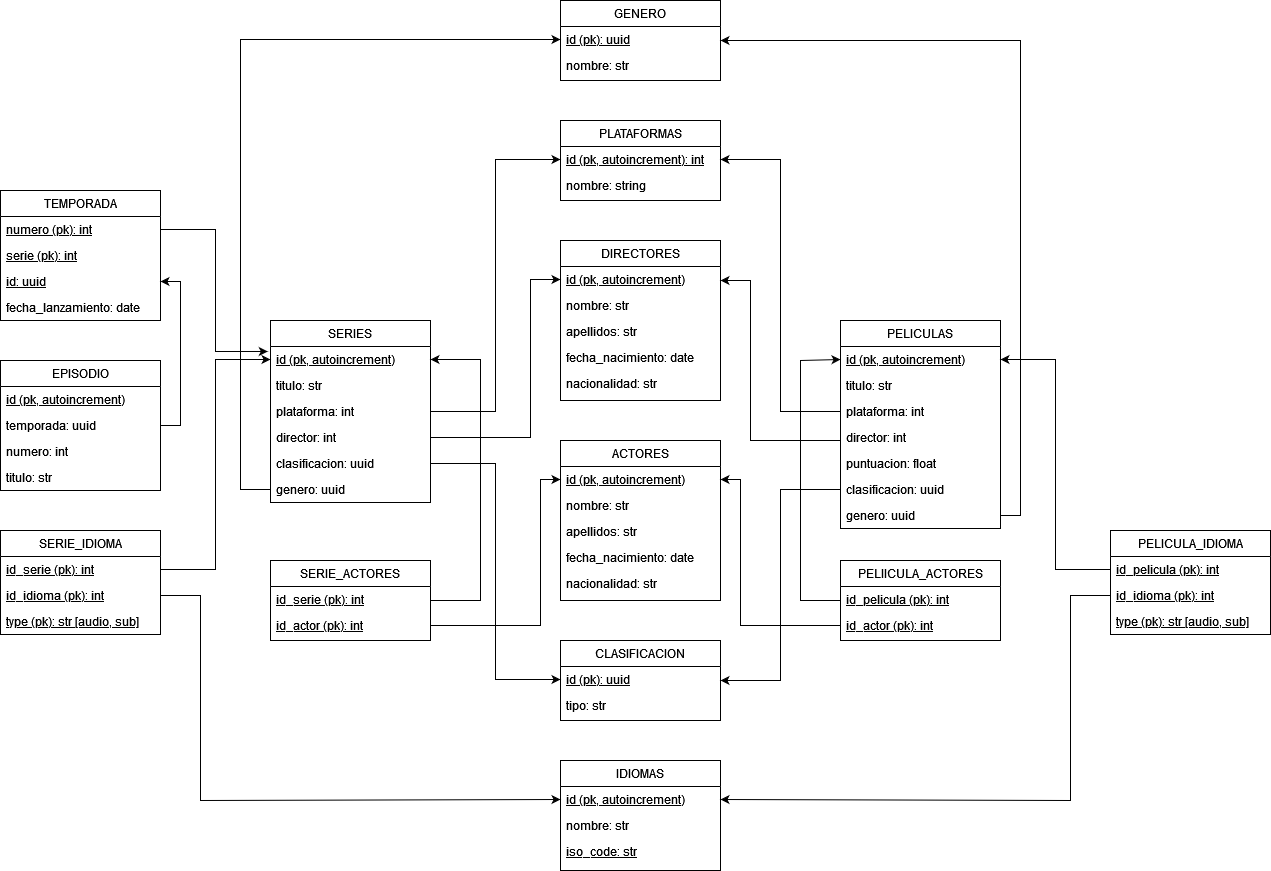
Master-VIU/MASW04_actividad_1 keeps this draw.io diagram as database/database_fisico_avanzado.png. Above is the earlier version. Source tidied: cells renumbered, new cells last; positions are measured from the earlier drawing's top-left corner, leaving out a move shared by most shapes.
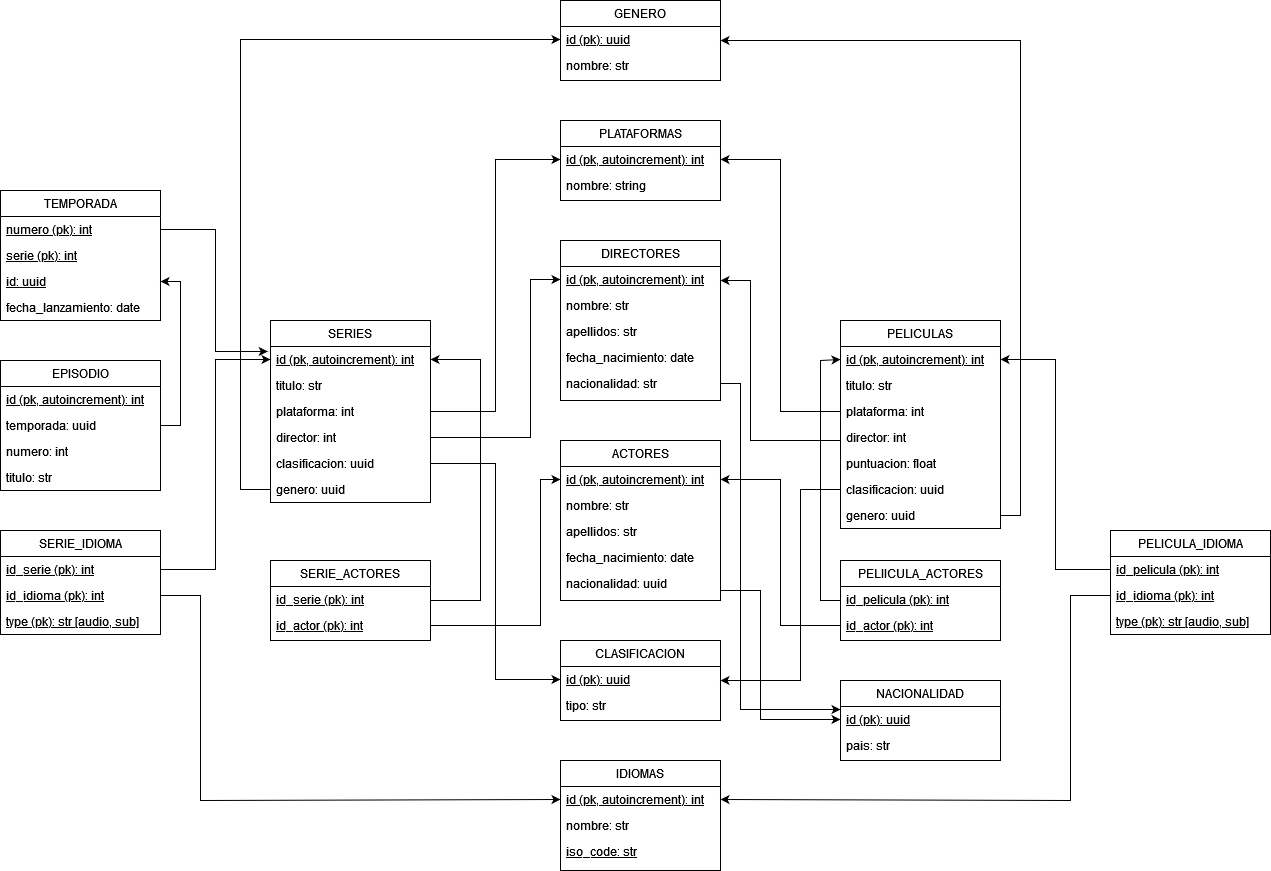
After the change.

Commit message:
added nationality table

Diff of the diagram source:
```diff
@@ -14,7 +14,7 @@
     <mxCell id="5" value="DIRECTORES" style="swimlane;fontStyle=0;align=center;verticalAlign=top;horizontal=1;startSize=26;rounded=0;shadow=0;strokeWidth=1;" parent="1" vertex="1">
       <mxGeometry x="560" y="240" width="160" height="160" as="geometry" />
     </mxCell>
-    <mxCell id="6" value="id (pk, autoincrement)" style="text;align=left;verticalAlign=top;spacingLeft=4;spacingRight=4;overflow=hidden;points=[[0,0.5],[1,0.5]];portConstraint=eastwest;fontStyle=4;" parent="5" vertex="1">
+    <mxCell id="6" value="id (pk, autoincrement): int" style="text;align=left;verticalAlign=top;spacingLeft=4;spacingRight=4;overflow=hidden;points=[[0,0.5],[1,0.5]];portConstraint=eastwest;fontStyle=4;" parent="5" vertex="1">
       <mxGeometry y="26" width="160" height="26" as="geometry" />
     </mxCell>
     <mxCell id="7" value="nombre: str" style="text;align=left;verticalAlign=top;spacingLeft=4;spacingRight=4;overflow=hidden;rounded=0;shadow=0;html=0;" parent="5" vertex="1">
@@ -32,7 +32,7 @@
     <mxCell id="11" value="ACTORES" style="swimlane;fontStyle=0;align=center;verticalAlign=top;horizontal=1;startSize=26;rounded=0;shadow=0;strokeWidth=1;" parent="1" vertex="1">
       <mxGeometry x="560" y="440" width="160" height="160" as="geometry" />
     </mxCell>
-    <mxCell id="12" value="id (pk, autoincrement)" style="text;align=left;verticalAlign=top;spacingLeft=4;spacingRight=4;overflow=hidden;points=[[0,0.5],[1,0.5]];portConstraint=eastwest;fontStyle=4;" parent="11" vertex="1">
+    <mxCell id="12" value="id (pk, autoincrement): int" style="text;align=left;verticalAlign=top;spacingLeft=4;spacingRight=4;overflow=hidden;points=[[0,0.5],[1,0.5]];portConstraint=eastwest;fontStyle=4;" parent="11" vertex="1">
       <mxGeometry y="26" width="160" height="26" as="geometry" />
     </mxCell>
     <mxCell id="13" value="nombre: str" style="text;align=left;verticalAlign=top;spacingLeft=4;spacingRight=4;overflow=hidden;rounded=0;shadow=0;html=0;" parent="11" vertex="1">
@@ -44,13 +44,13 @@
     <mxCell id="15" value="fecha_nacimiento: date" style="text;align=left;verticalAlign=top;spacingLeft=4;spacingRight=4;overflow=hidden;rounded=0;shadow=0;html=0;" parent="11" vertex="1">
       <mxGeometry y="104" width="160" height="26" as="geometry" />
     </mxCell>
-    <mxCell id="16" value="nacionalidad: str" style="text;align=left;verticalAlign=top;spacingLeft=4;spacingRight=4;overflow=hidden;points=[[0,0.5],[1,0.5]];portConstraint=eastwest;rounded=0;shadow=0;html=0;" parent="11" vertex="1">
+    <mxCell id="16" value="nacionalidad: uuid" style="text;align=left;verticalAlign=top;spacingLeft=4;spacingRight=4;overflow=hidden;points=[[0,0.5],[1,0.5]];portConstraint=eastwest;rounded=0;shadow=0;html=0;" parent="11" vertex="1">
       <mxGeometry y="130" width="160" height="26" as="geometry" />
     </mxCell>
     <mxCell id="17" value="IDIOMAS" style="swimlane;fontStyle=0;align=center;verticalAlign=top;horizontal=1;startSize=26;rounded=0;shadow=0;strokeWidth=1;" parent="1" vertex="1">
       <mxGeometry x="560" y="760" width="160" height="110" as="geometry" />
     </mxCell>
-    <mxCell id="18" value="id (pk, autoincrement)" style="text;align=left;verticalAlign=top;spacingLeft=4;spacingRight=4;overflow=hidden;points=[[0,0.5],[1,0.5]];portConstraint=eastwest;fontStyle=4;" parent="17" vertex="1">
+    <mxCell id="18" value="id (pk, autoincrement): int" style="text;align=left;verticalAlign=top;spacingLeft=4;spacingRight=4;overflow=hidden;points=[[0,0.5],[1,0.5]];portConstraint=eastwest;fontStyle=4;" parent="17" vertex="1">
       <mxGeometry y="26" width="160" height="26" as="geometry" />
     </mxCell>
     <mxCell id="19" value="nombre: str" style="text;align=left;verticalAlign=top;spacingLeft=4;spacingRight=4;overflow=hidden;rounded=0;shadow=0;html=0;" parent="17" vertex="1">
@@ -62,7 +62,7 @@
     <mxCell id="21" value="SERIES" style="swimlane;fontStyle=0;align=center;verticalAlign=top;horizontal=1;startSize=26;rounded=0;shadow=0;strokeWidth=1;" parent="1" vertex="1">
       <mxGeometry x="270" y="320" width="160" height="182" as="geometry" />
     </mxCell>
-    <mxCell id="22" value="id (pk, autoincrement)" style="text;align=left;verticalAlign=top;spacingLeft=4;spacingRight=4;overflow=hidden;points=[[0,0.5],[1,0.5]];portConstraint=eastwest;fontStyle=4;" parent="21" vertex="1">
+    <mxCell id="22" value="id (pk, autoincrement): int" style="text;align=left;verticalAlign=top;spacingLeft=4;spacingRight=4;overflow=hidden;points=[[0,0.5],[1,0.5]];portConstraint=eastwest;fontStyle=4;" parent="21" vertex="1">
       <mxGeometry y="26" width="160" height="26" as="geometry" />
     </mxCell>
     <mxCell id="23" value="titulo: str" style="text;align=left;verticalAlign=top;spacingLeft=4;spacingRight=4;overflow=hidden;rounded=0;shadow=0;html=0;" parent="21" vertex="1">
@@ -138,7 +138,7 @@
     <mxCell id="43" value="EPISODIO" style="swimlane;fontStyle=0;align=center;verticalAlign=top;horizontal=1;startSize=26;rounded=0;shadow=0;strokeWidth=1;" parent="1" vertex="1">
       <mxGeometry y="360" width="160" height="130" as="geometry" />
     </mxCell>
-    <mxCell id="44" value="id (pk, autoincrement)" style="text;align=left;verticalAlign=top;spacingLeft=4;spacingRight=4;overflow=hidden;fontStyle=4;" parent="43" vertex="1">
+    <mxCell id="44" value="id (pk, autoincrement): int" style="text;align=left;verticalAlign=top;spacingLeft=4;spacingRight=4;overflow=hidden;fontStyle=4;" parent="43" vertex="1">
       <mxGeometry y="26" width="160" height="26" as="geometry" />
     </mxCell>
     <mxCell id="45" value="temporada: uuid" style="text;align=left;verticalAlign=top;spacingLeft=4;spacingRight=4;overflow=hidden;points=[[0,0.5],[1,0.5]];portConstraint=eastwest;rounded=0;shadow=0;html=0;" parent="43" vertex="1">
@@ -178,7 +178,7 @@
     <mxCell id="53" value="PELICULAS" style="swimlane;fontStyle=0;align=center;verticalAlign=top;horizontal=1;startSize=26;rounded=0;shadow=0;strokeWidth=1;" parent="1" vertex="1">
       <mxGeometry x="840" y="320" width="160" height="208" as="geometry" />
     </mxCell>
-    <mxCell id="54" value="id (pk, autoincrement)" style="text;align=left;verticalAlign=top;spacingLeft=4;spacingRight=4;overflow=hidden;points=[[0,0.5],[1,0.5]];portConstraint=eastwest;fontStyle=4;" parent="53" vertex="1">
+    <mxCell id="54" value="id (pk, autoincrement): int" style="text;align=left;verticalAlign=top;spacingLeft=4;spacingRight=4;overflow=hidden;points=[[0,0.5],[1,0.5]];portConstraint=eastwest;fontStyle=4;" parent="53" vertex="1">
       <mxGeometry y="26" width="160" height="26" as="geometry" />
     </mxCell>
     <mxCell id="55" value="titulo: str" style="text;align=left;verticalAlign=top;spacingLeft=4;spacingRight=4;overflow=hidden;rounded=0;shadow=0;html=0;" parent="53" vertex="1">
@@ -212,16 +212,16 @@
       <mxGeometry relative="1" as="geometry">
         <Array as="points">
           <mxPoint x="840" y="600" />
-          <mxPoint x="800" y="600" />
-          <mxPoint x="800" y="360" />
+          <mxPoint x="820" y="600" />
+          <mxPoint x="820" y="360" />
         </Array>
       </mxGeometry>
     </mxCell>
     <mxCell id="65" style="edgeStyle=orthogonalEdgeStyle;rounded=0;jettySize=auto;html=1;exitX=0;exitY=0.5;exitDx=0;exitDy=0;entryX=1;entryY=0.5;entryDx=0;entryDy=0;" parent="1" edge="1" source="63" target="12">
       <mxGeometry relative="1" as="geometry">
         <Array as="points">
-          <mxPoint x="740" y="625" />
-          <mxPoint x="740" y="479" />
+          <mxPoint x="780" y="625" />
+          <mxPoint x="780" y="479" />
         </Array>
       </mxGeometry>
     </mxCell>
@@ -282,9 +282,8 @@
       <mxGeometry relative="1" as="geometry">
         <mxPoint x="720" y="680" as="targetPoint" />
         <Array as="points">
-          <mxPoint x="780" y="489" />
-          <mxPoint x="780" y="680" />
-          <mxPoint x="721" y="680" />
+          <mxPoint x="800" y="489" />
+          <mxPoint x="800" y="680" />
         </Array>
       </mxGeometry>
     </mxCell>
@@ -302,5 +301,31 @@
         </Array>
       </mxGeometry>
     </mxCell>
+    <mxCell id="84" value="NACIONALIDAD" style="swimlane;fontStyle=0;align=center;verticalAlign=top;horizontal=1;startSize=26;rounded=0;shadow=0;strokeWidth=1;" parent="1" vertex="1">
+      <mxGeometry x="840" y="680" width="160" height="80" as="geometry" />
+    </mxCell>
+    <mxCell id="85" value="id (pk): uuid" style="text;align=left;verticalAlign=top;spacingLeft=4;spacingRight=4;overflow=hidden;points=[[0,0.5],[1,0.5]];portConstraint=eastwest;fontStyle=4;" parent="84" vertex="1">
+      <mxGeometry y="26" width="160" height="26" as="geometry" />
+    </mxCell>
+    <mxCell id="86" value="pais: str" style="text;align=left;verticalAlign=top;spacingLeft=4;spacingRight=4;overflow=hidden;rounded=0;shadow=0;html=0;" parent="84" vertex="1">
+      <mxGeometry y="52" width="160" height="28" as="geometry" />
+    </mxCell>
+    <mxCell id="87" style="edgeStyle=orthogonalEdgeStyle;rounded=0;jettySize=auto;html=1;exitX=1;exitY=0.5;exitDx=0;exitDy=0;entryX=0;entryY=0.5;entryDx=0;entryDy=0;" parent="1" edge="1" source="16" target="85">
+      <mxGeometry relative="1" as="geometry">
+        <Array as="points">
+          <mxPoint x="720" y="590" />
+          <mxPoint x="760" y="590" />
+          <mxPoint x="760" y="719" />
+        </Array>
+      </mxGeometry>
+    </mxCell>
+    <mxCell id="88" style="edgeStyle=orthogonalEdgeStyle;rounded=0;jettySize=auto;html=1;exitX=1;exitY=0.5;exitDx=0;exitDy=0;entryX=0;entryY=0.115;entryDx=0;entryDy=0;entryPerimeter=0;" parent="1" edge="1" source="10" target="85">
+      <mxGeometry relative="1" as="geometry">
+        <Array as="points">
+          <mxPoint x="740" y="383" />
+          <mxPoint x="740" y="709" />
+        </Array>
+      </mxGeometry>
+    </mxCell>
   </root>
 </mxGraphModel>
```
